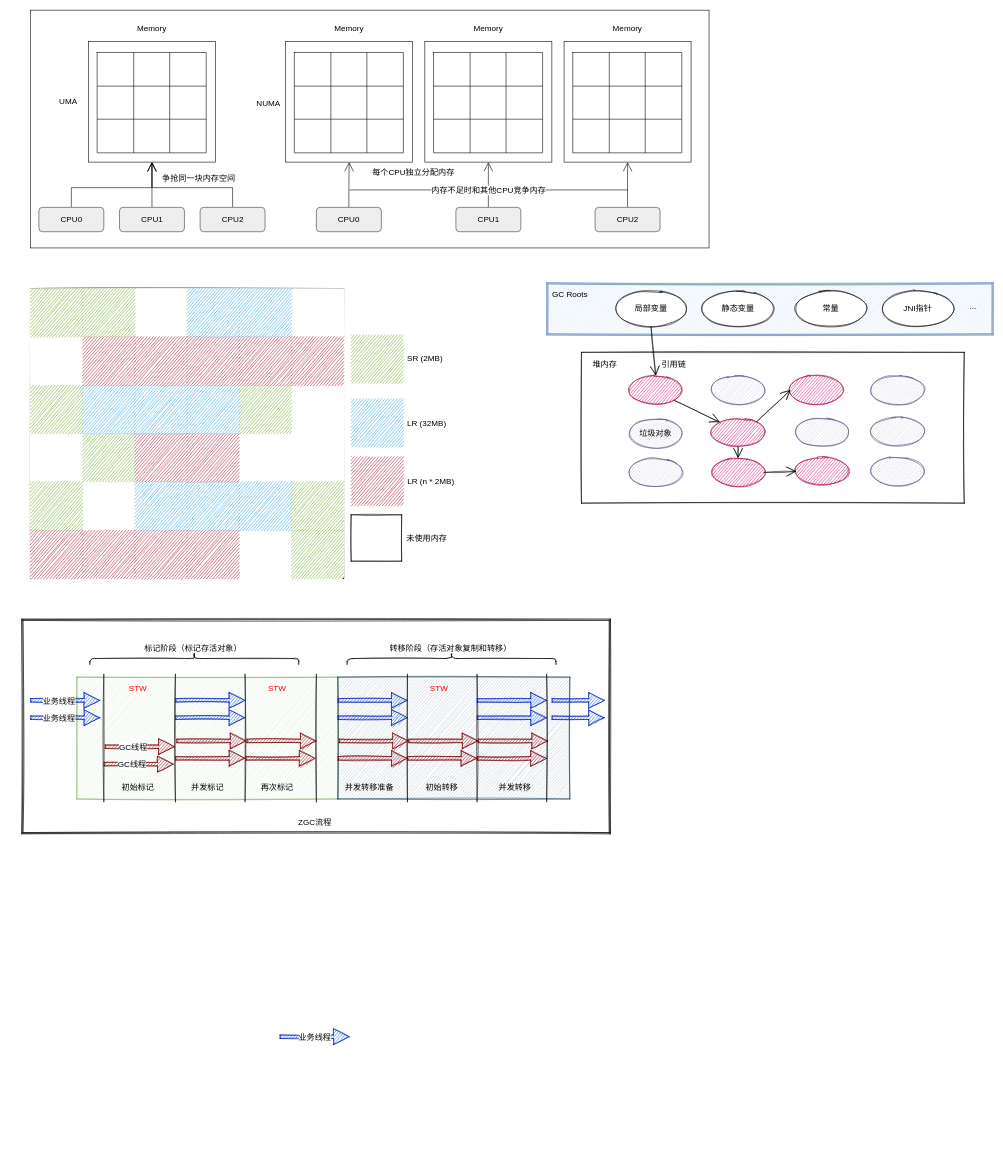
The draw.io diagram learn/JVM ZGC垃圾收集器.drawio in Leo-Lee-j/sketch, before the edit. Source tidied: cells renumbered, new cells numbered last; positions are measured from the earlier drawing's top-left corner, leaving out a move shared by most shapes. Both pictures are drawn from the tidied source at 58%, with x=0, y=0 at pixel (21, 10).
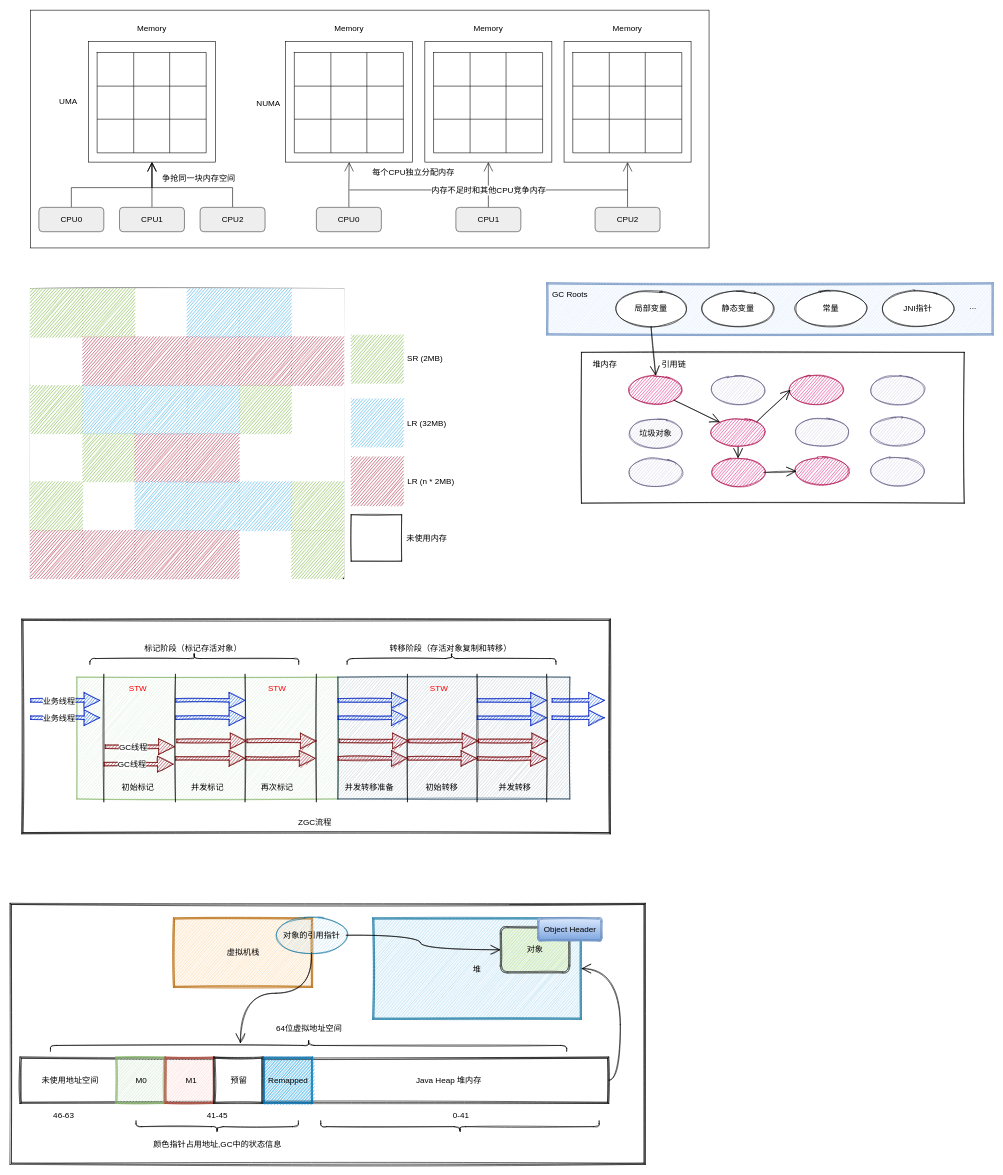
The same diagram, later.

Commit message:
更新JVM ZGC垃圾收集器.drawio

Diff of the diagram source:
```diff
@@
+    <mxCell id="213" style="shape=ext;double=1;rounded=0;whiteSpace=wrap;html=1;shadow=0;sketch=1;hachureGap=4;fontSize=14;fontColor=#000000;" parent="1" vertex="1">
+      <mxGeometry x="-20" y="1540" width="1095" height="450" as="geometry" />
+    </mxCell>
@@
-    <mxCell id="140" style="shape=flexArrow;endArrow=classic;html=1;rounded=0;fontSize=14;startSize=14;endSize=8.67;sourcePerimeterSpacing=8;targetPerimeterSpacing=8;sketch=1;width=6;fillColor=#0050ef;strokeColor=#001DBC;" parent="1" edge="1">
-      <mxGeometry relative="1" as="geometry">
-        <mxPoint x="445" y="1770" as="sourcePoint" />
-        <mxPoint x="565" y="1770" as="targetPoint" />
-      </mxGeometry>
-    </mxCell>
-    <mxCell id="141" value="业务线程" style="edgeLabel;html=1;align=center;verticalAlign=middle;fontSize=14;" parent="140" vertex="1">
-      <mxGeometry x="-0.18" y="-2" relative="1" as="geometry">
-        <mxPoint x="10" y="-2" as="offset" />
-      </mxGeometry>
-    </mxCell>
@@
+    <mxCell id="214" style="edgeStyle=orthogonalEdgeStyle;curved=1;rounded=0;sketch=1;jettySize=auto;html=1;exitX=1;exitY=0.5;exitDx=0;exitDy=0;entryX=1;entryY=0.5;entryDx=0;entryDy=0;fontSize=14;fontColor=#000000;endArrow=open;startSize=14;endSize=14;sourcePerimeterSpacing=8;targetPerimeterSpacing=8;elbow=vertical;" parent="1" edge="1" source="215" target="237">
+      <mxGeometry relative="1" as="geometry" />
+    </mxCell>
+    <mxCell id="215" style="shape=ext;double=1;rounded=0;whiteSpace=wrap;html=1;shadow=0;sketch=1;hachureGap=4;fontSize=14;fontColor=#000000;" parent="1" vertex="1">
+      <mxGeometry x="-3" y="1805" width="1015" height="80" as="geometry" />
+    </mxCell>
+    <mxCell id="216" value="Java Heap 堆内存" style="text;html=1;align=center;verticalAlign=middle;strokeColor=none;fillColor=none;shadow=0;sketch=1;hachureGap=4;fontSize=14;fontColor=#000000;" parent="1" vertex="1">
+      <mxGeometry x="670.5" y="1835" width="130" height="20" as="geometry" />
+    </mxCell>
+    <mxCell id="217" style="shape=curlyBracket;whiteSpace=wrap;html=1;rounded=1;shadow=0;sketch=1;hachureGap=4;fontSize=14;fontColor=#000000;rotation=-90;" parent="1" vertex="1">
+      <mxGeometry x="327" y="1785" width="20" height="280" as="geometry" />
+    </mxCell>
+    <mxCell id="218" value="颜色指针占用地址,GC中的状态信息" style="text;html=1;align=center;verticalAlign=middle;strokeColor=none;fillColor=none;shadow=0;sketch=1;hachureGap=4;fontSize=14;fontColor=#000000;" parent="1" vertex="1">
+      <mxGeometry x="217" y="1945" width="240" height="20" as="geometry" />
+    </mxCell>
+    <mxCell id="219" value="未使用地址空间" style="text;html=1;align=center;verticalAlign=middle;strokeColor=none;fillColor=none;shadow=0;sketch=1;hachureGap=4;fontSize=14;fontColor=#000000;" parent="1" vertex="1">
+      <mxGeometry x="27.5" y="1835" width="110" height="20" as="geometry" />
+    </mxCell>
+    <mxCell id="220" style="shape=ext;double=1;rounded=0;whiteSpace=wrap;html=1;shadow=0;sketch=1;hachureGap=4;fontSize=14;fillColor=#d5e8d4;strokeColor=#82b366;" parent="1" vertex="1">
+      <mxGeometry x="162" y="1805" width="85" height="80" as="geometry" />
+    </mxCell>
+    <mxCell id="221" style="shape=ext;double=1;rounded=0;whiteSpace=wrap;html=1;shadow=0;sketch=1;hachureGap=4;fontSize=14;fillColor=#fad9d5;strokeColor=#ae4132;" parent="1" vertex="1">
+      <mxGeometry x="247" y="1805" width="85" height="80" as="geometry" />
+    </mxCell>
+    <mxCell id="222" value="M0" style="text;html=1;align=center;verticalAlign=middle;strokeColor=none;fillColor=none;shadow=0;sketch=1;hachureGap=4;fontSize=14;fontColor=#000000;" parent="1" vertex="1">
+      <mxGeometry x="190.5" y="1835" width="30" height="20" as="geometry" />
+    </mxCell>
+    <mxCell id="223" value="M1" style="text;html=1;align=center;verticalAlign=middle;strokeColor=none;fillColor=none;shadow=0;sketch=1;hachureGap=4;fontSize=14;fontColor=#000000;" parent="1" vertex="1">
+      <mxGeometry x="277" y="1835" width="30" height="20" as="geometry" />
+    </mxCell>
+    <mxCell id="224" style="shape=ext;double=1;rounded=0;whiteSpace=wrap;html=1;shadow=0;sketch=1;hachureGap=4;fontSize=14;fontColor=#000000;" parent="1" vertex="1">
+      <mxGeometry x="331" y="1805" width="85" height="80" as="geometry" />
+    </mxCell>
+    <mxCell id="225" style="shape=ext;double=1;rounded=0;whiteSpace=wrap;html=1;shadow=0;sketch=1;hachureGap=4;fontSize=14;fontColor=#ffffff;fillColor=#1ba1e2;strokeColor=#006EAF;" parent="1" vertex="1">
+      <mxGeometry x="416.5" y="1805" width="85" height="80" as="geometry" />
+    </mxCell>
+    <mxCell id="226" value="Remapped" style="text;html=1;align=center;verticalAlign=middle;strokeColor=none;fillColor=none;shadow=0;sketch=1;hachureGap=4;fontSize=14;fontColor=#000000;" parent="1" vertex="1">
+      <mxGeometry x="419" y="1835" width="80" height="20" as="geometry" />
+    </mxCell>
+    <mxCell id="227" value="预留" style="text;html=1;align=center;verticalAlign=middle;strokeColor=none;fillColor=none;shadow=0;sketch=1;hachureGap=4;fontSize=14;fontColor=#000000;" parent="1" vertex="1">
+      <mxGeometry x="353.5" y="1835" width="40" height="20" as="geometry" />
+    </mxCell>
+    <mxCell id="228" style="shape=curlyBracket;whiteSpace=wrap;html=1;rounded=1;shadow=0;sketch=1;hachureGap=4;fontSize=14;fontColor=#000000;rotation=-90;" parent="1" vertex="1">
+      <mxGeometry x="745.5" y="1685" width="20" height="480" as="geometry" />
+    </mxCell>
+    <mxCell id="229" value="41-45" style="text;html=1;align=center;verticalAlign=middle;strokeColor=none;fillColor=none;shadow=0;sketch=1;hachureGap=4;fontSize=14;fontColor=#000000;" parent="1" vertex="1">
+      <mxGeometry x="312" y="1895" width="50" height="20" as="geometry" />
+    </mxCell>
+    <mxCell id="230" value="0-41" style="text;html=1;align=center;verticalAlign=middle;strokeColor=none;fillColor=none;shadow=0;sketch=1;hachureGap=4;fontSize=14;fontColor=#000000;" parent="1" vertex="1">
+      <mxGeometry x="737" y="1895" width="40" height="20" as="geometry" />
+    </mxCell>
+    <mxCell id="231" value="46-63" style="text;html=1;align=center;verticalAlign=middle;strokeColor=none;fillColor=none;shadow=0;sketch=1;hachureGap=4;fontSize=14;fontColor=#000000;" parent="1" vertex="1">
+      <mxGeometry x="47" y="1895" width="50" height="20" as="geometry" />
+    </mxCell>
+    <mxCell id="232" value="虚拟机栈" style="shape=ext;double=1;rounded=0;whiteSpace=wrap;html=1;shadow=0;sketch=1;hachureGap=4;fontSize=14;fillColor=#fad7ac;strokeColor=#b46504;" parent="1" vertex="1">
+      <mxGeometry x="261.5" y="1565" width="240" height="120" as="geometry" />
+    </mxCell>
+    <mxCell id="233" style="shape=curlyBracket;whiteSpace=wrap;html=1;rounded=1;shadow=0;sketch=1;hachureGap=4;fontSize=14;fontColor=#000000;rotation=90;" parent="1" vertex="1">
+      <mxGeometry x="484.5" y="1340" width="20" height="890" as="geometry" />
+    </mxCell>
+    <mxCell id="234" style="edgeStyle=orthogonalEdgeStyle;curved=1;rounded=0;sketch=1;jettySize=auto;html=1;exitX=0.5;exitY=1;exitDx=0;exitDy=0;entryX=0.3;entryY=0.632;entryDx=0;entryDy=0;entryPerimeter=0;fontSize=14;fontColor=#000000;endArrow=open;startSize=14;endSize=14;sourcePerimeterSpacing=8;targetPerimeterSpacing=8;elbow=vertical;" parent="1" edge="1" source="235" target="233">
+      <mxGeometry relative="1" as="geometry" />
+    </mxCell>
+    <mxCell id="235" value="对象的引用指针" style="ellipse;whiteSpace=wrap;html=1;shadow=0;sketch=1;hachureGap=4;fontSize=14;fillColor=#b1ddf0;strokeColor=#10739e;" parent="1" vertex="1">
+      <mxGeometry x="439.5" y="1565" width="120" height="60" as="geometry" />
+    </mxCell>
+    <mxCell id="236" value="64位虚拟地址空间" style="text;html=1;align=center;verticalAlign=middle;strokeColor=none;fillColor=none;shadow=0;sketch=1;hachureGap=4;fontSize=14;fontColor=#000000;" parent="1" vertex="1">
+      <mxGeometry x="429.5" y="1745" width="130" height="20" as="geometry" />
+    </mxCell>
+    <mxCell id="237" value="堆" style="shape=ext;double=1;rounded=0;whiteSpace=wrap;html=1;shadow=0;sketch=1;hachureGap=4;fontSize=14;fillColor=#b1ddf0;strokeColor=#10739e;" parent="1" vertex="1">
+      <mxGeometry x="605" y="1565" width="360" height="175" as="geometry" />
+    </mxCell>
+    <mxCell id="238" value="对象" style="shape=ext;double=1;rounded=1;whiteSpace=wrap;html=1;shadow=0;sketch=1;hachureGap=4;fontSize=14;fillColor=#cdeb8b;strokeColor=#36393d;" parent="1" vertex="1">
+      <mxGeometry x="825" y="1580" width="120" height="80" as="geometry" />
+    </mxCell>
+    <mxCell id="239" value="Object Header" style="shape=ext;double=1;rounded=1;whiteSpace=wrap;html=1;shadow=0;sketch=1;hachureGap=4;fontSize=14;fillColor=#dae8fc;strokeColor=#6c8ebf;gradientColor=#7ea6e0;" parent="1" vertex="1">
+      <mxGeometry x="889.5" y="1565" width="111" height="40" as="geometry" />
+    </mxCell>
+    <mxCell id="240" style="edgeStyle=orthogonalEdgeStyle;curved=1;rounded=0;sketch=1;jettySize=auto;html=1;exitX=1;exitY=0.5;exitDx=0;exitDy=0;entryX=0;entryY=0.5;entryDx=0;entryDy=0;fontSize=14;fontColor=#000000;endArrow=open;startSize=14;endSize=14;sourcePerimeterSpacing=8;targetPerimeterSpacing=8;elbow=vertical;" parent="1" edge="1" source="235" target="238">
+      <mxGeometry relative="1" as="geometry" />
+    </mxCell>
```
